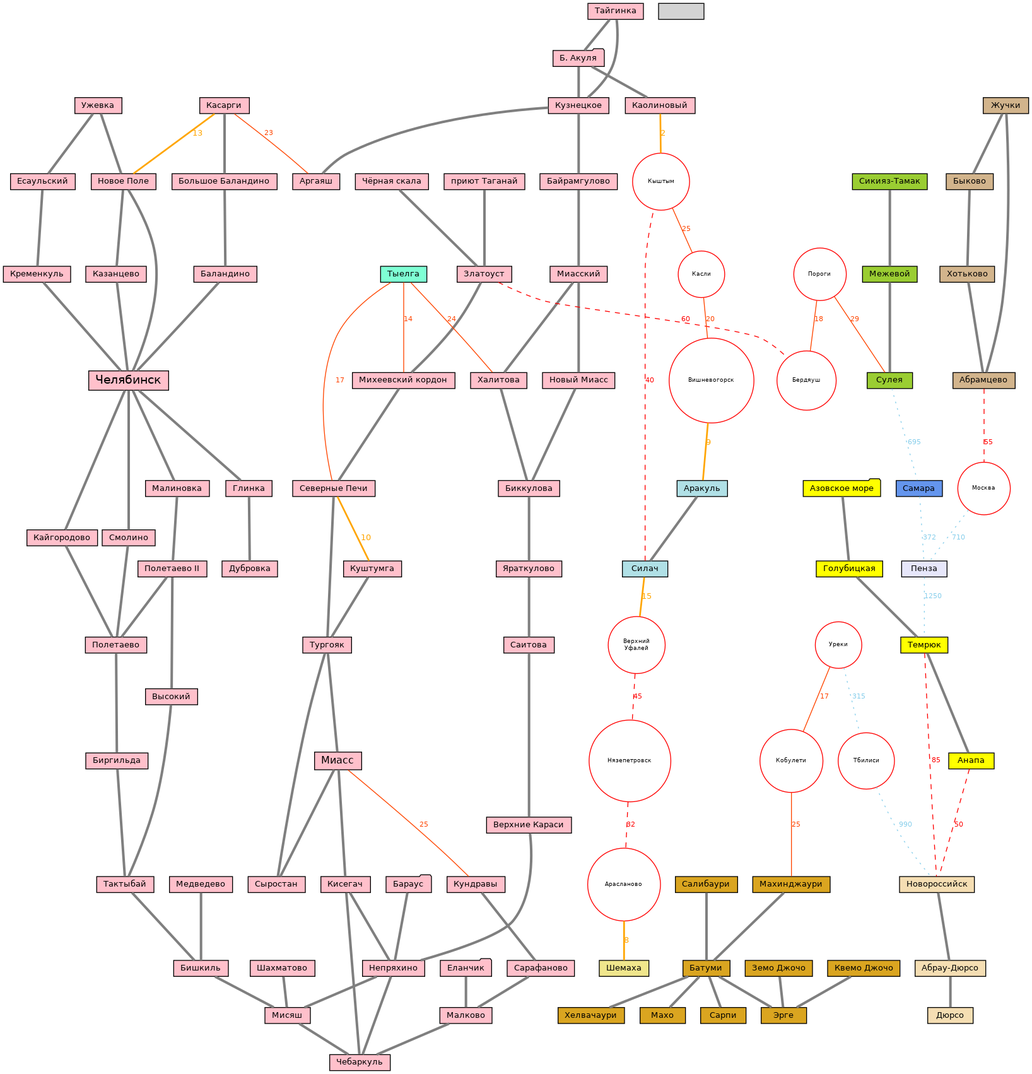
shoorick/bike-area keeps this Graphviz diagram as bike-area.dot.png. Above is the earlier version. Its source is kept beside it as bike-area.dot.
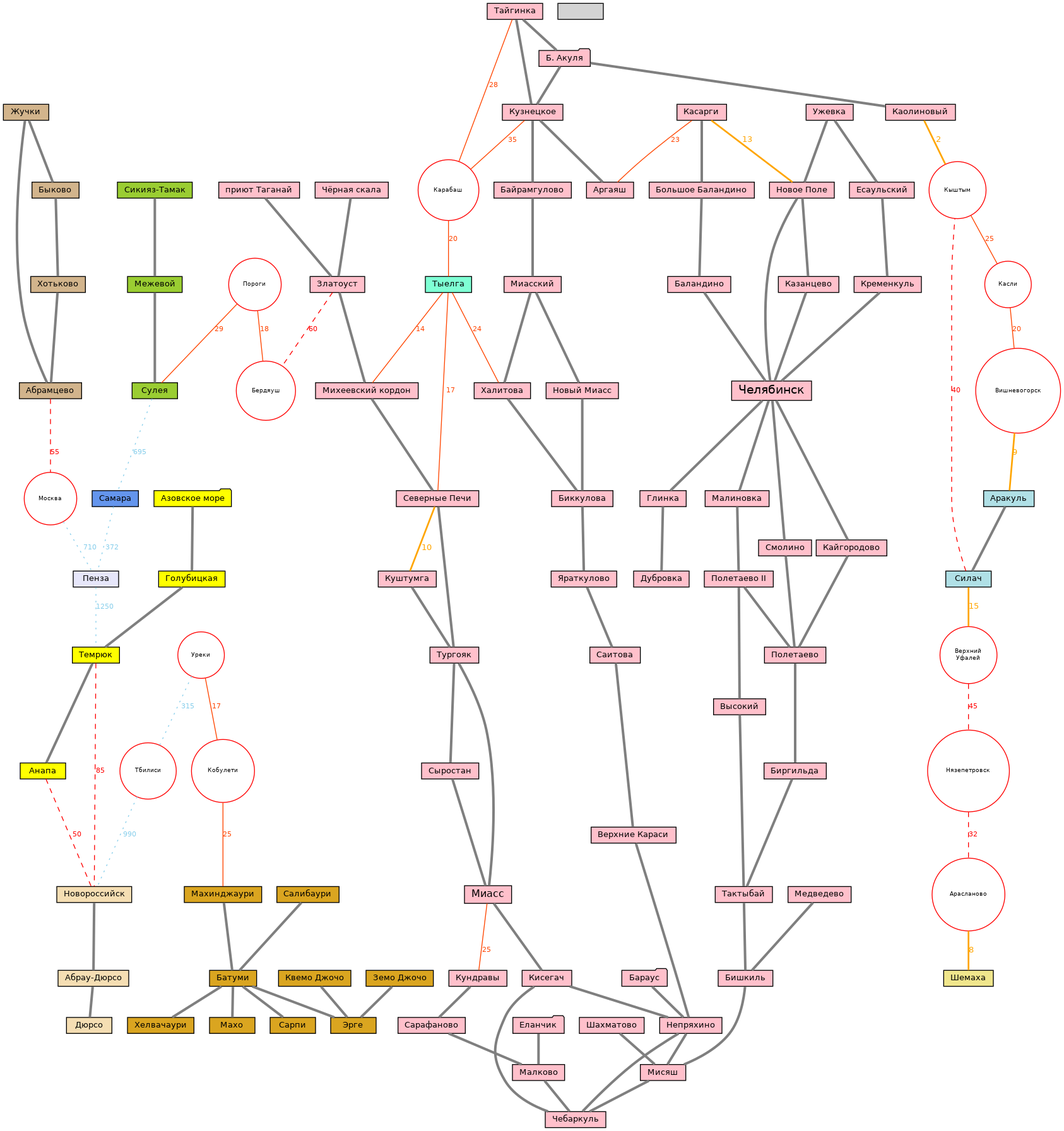
The same file after the commit.

Commit message:
Запланированы маршруты из Тыелги через Карабаш — для упорядочивания графа

Diff of the diagram source:
```diff
@@ -13,6 +13,12 @@
 
         Миасс [ fontsize=12 ]
         Челябинск -- Смолино -- Полетаево -- Биргильда -- Тактыбай -- Бишкиль -- Мисяш -- Чебаркуль
+        Ужевка -- "Новое Поле" -- Казанцево -- Челябинск
+        "Новое Поле" -- Челябинск
+        Челябинск -- Глинка -- Дубровка
+        Челябинск -- Кайгородово -- Полетаево
+        Ужевка -- Есаульский -- Кременкуль -- Челябинск
+        Касарги -- "Большое Баландино" -- Баландино -- Челябинск
         Миасс -- Кисегач -- Чебаркуль
         Кисегач -- Непряхино -- Мисяш
         Шахматово -- Мисяш
@@ -26,16 +32,10 @@
         Еланчик -- Малково -- Чебаркуль
         Тайгинка -- "Б. Акуля" -- Каолиновый
         Тайгинка -- Кузнецкое -- Аргаяш
-        Челябинск -- Кайгородово -- Полетаево
-        Ужевка -- Есаульский -- Кременкуль -- Челябинск
-        Касарги -- "Большое Баландино" -- Баландино -- Челябинск
         "Чёрная скала" -- Златоуст -- "Михеевский кордон" -- "Северные Печи"
         "приют Таганай" -- Златоуст
-        "Северные Печи" -- Тургояк -- Миасс -- Сыростан
-        Куштумга -- Тургояк -- Сыростан
-        Ужевка -- "Новое Поле" -- Казанцево -- Челябинск
-        "Новое Поле" -- Челябинск
-        Челябинск -- Глинка -- Дубровка
+        "Северные Печи" -- Тургояк -- Миасс
+        Куштумга -- Тургояк -- Сыростан -- Миасс
     }
 
     subgraph north {
@@ -105,8 +105,9 @@
 
     subgraph failed_cities {
         node [ shape="circle",fillcolor="white",color="red",fontsize=7, height=0.1 ]
-        Кыштым Касли Пороги Бердяуш Вишневогорск
-        Арасланово Нязепетровск "Верхний\nУфалей"
+
+        Арасланово Бердяуш "Верхний\nУфалей" Вишневогорск Карабаш Касли Кыштым
+        Пороги Нязепетровск
         Москва
         Кобулети Уреки Тбилиси
     }
@@ -130,6 +131,9 @@
         Касли -- Вишневогорск [ label=20]
         Тыелга -- "Михеевский кордон" [ label=14 ]
         Тыелга -- "Северные Печи" [ label=17 ]
+        Карабаш -- Тыелга [ label=20 ]
+        Кузнецкое -- Карабаш [ label=35 ]
+        Тайгинка -- Карабаш [ label=28 ]
         Тыелга -- Халитова [ label=24 ]
         Уреки -- Кобулети [ label=17 ]
         Кобулети -- Махинджаури [ label=25 ]
```
